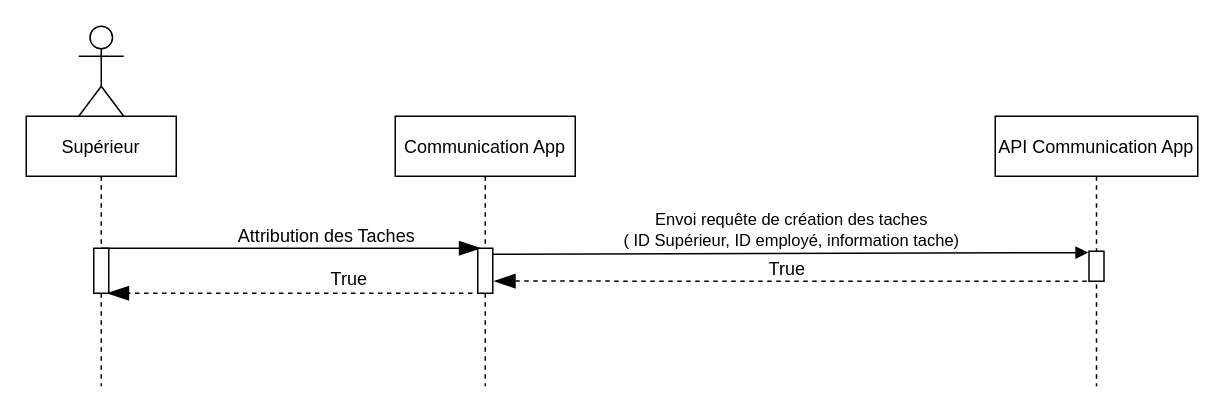
Before: page "Gestion des taches" (3 of 4) of Diagramme sans nom.drawio in LewisYann/App-Asterisk, a draw.io diagram. Source tidied: cells renumbered, new cells numbered last; positions are measured from the earlier drawing's top-left corner, leaving out a move shared by most shapes. Both pictures are drawn from the tidied source at 150%, with x=0, y=0 at pixel (26, 26).
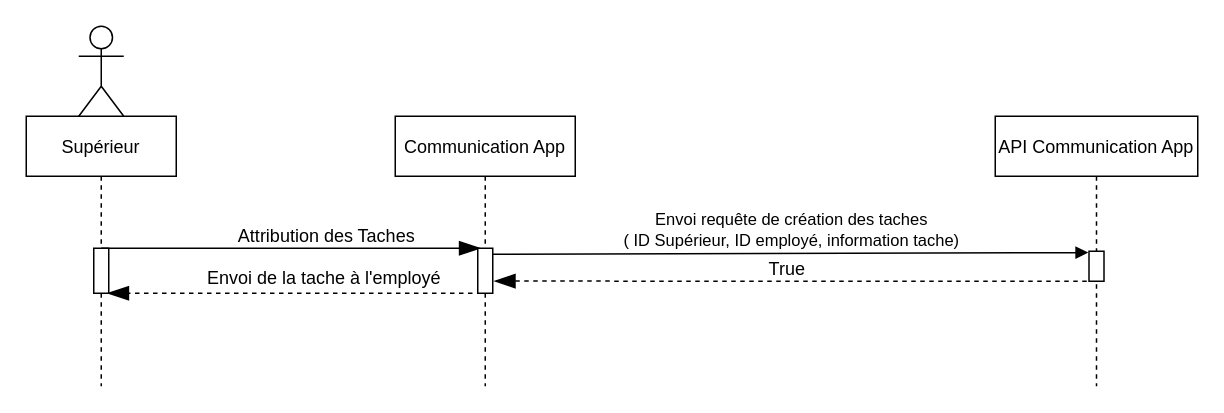
The same page after the edit.

The edit, as a diff of the source:
```diff
@@
-    <mxCell id="8" value="True" style="text;html=1;align=center;verticalAlign=middle;strokeColor=none;" parent="1" vertex="1">
-      <mxGeometry x="195" y="159" width="40" height="20" as="geometry" />
+    <mxCell id="8" value="Envoi de la tache à l'employé&amp;nbsp;" style="text;html=1;align=center;verticalAlign=middle;strokeColor=none;" parent="1" vertex="1">
+      <mxGeometry x="115" y="158" width="170" height="20" as="geometry" />
     </mxCell>
```
